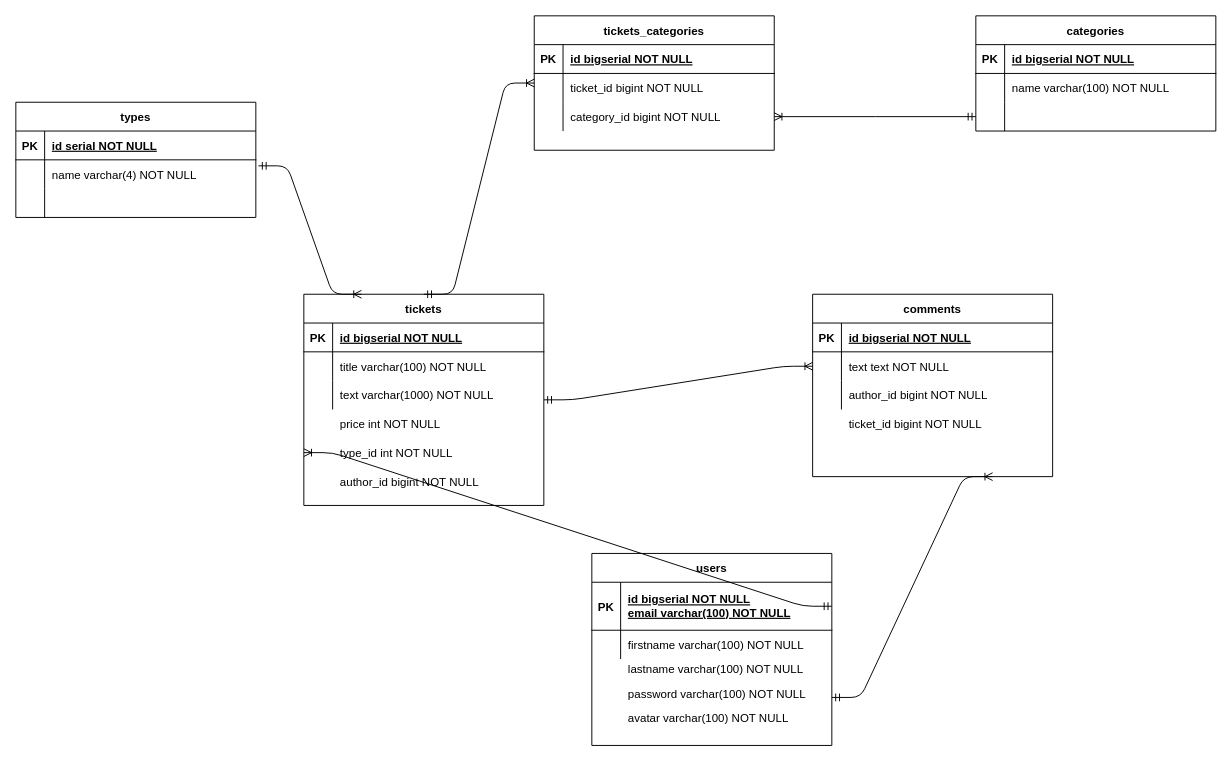
Above: db-models/logical-model.drawio in htmlacademy-nodejs/1103621-buy-and-sell-3 (draw.io), before the change. Source tidied: cells renumbered, new cells numbered last; positions are measured from the earlier drawing's top-left corner, leaving out a move shared by most shapes. Both pictures are drawn from the tidied source at 96%, with x=0, y=0 at pixel (15, 15).
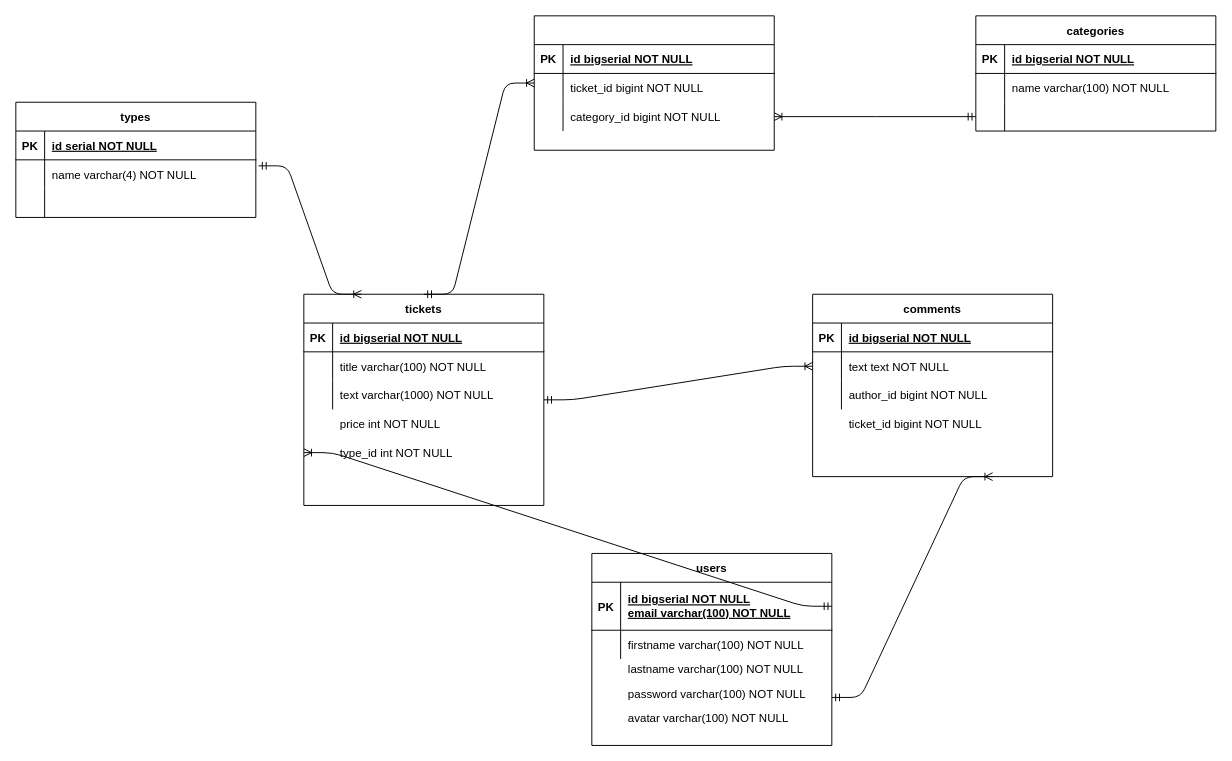
Above is the later version.

Diff of the diagram source:
```diff
@@
-    <mxCell id="36" value="tickets_categories" style="shape=table;startSize=30;childLayout=tableLayout;rowLines=0;fontStyle=1;align=center;" parent="1" vertex="1">
+    <mxCell id="36" value=" " style="shape=table;startSize=30;childLayout=tableLayout;rowLines=0;fontStyle=1;align=center;" parent="1" vertex="1">
       <mxGeometry x="540" width="250" height="140" as="geometry" />
     </mxCell>
@@
-    <mxCell id="72" value="author_id bigint NOT NULL" style="shape=partialRectangle;overflow=hidden;fillColor=none;top=0;left=0;bottom=0;right=0;align=left;spacingLeft=6;" parent="1" vertex="1">
+    <mxCell id="72" value=" " style="shape=partialRectangle;overflow=hidden;fillColor=none;top=0;left=0;bottom=0;right=0;align=left;spacingLeft=6;" parent="1" vertex="1">
       <mxGeometry x="330" y="470" width="220" height="30" as="geometry" />
     </mxCell>
```
